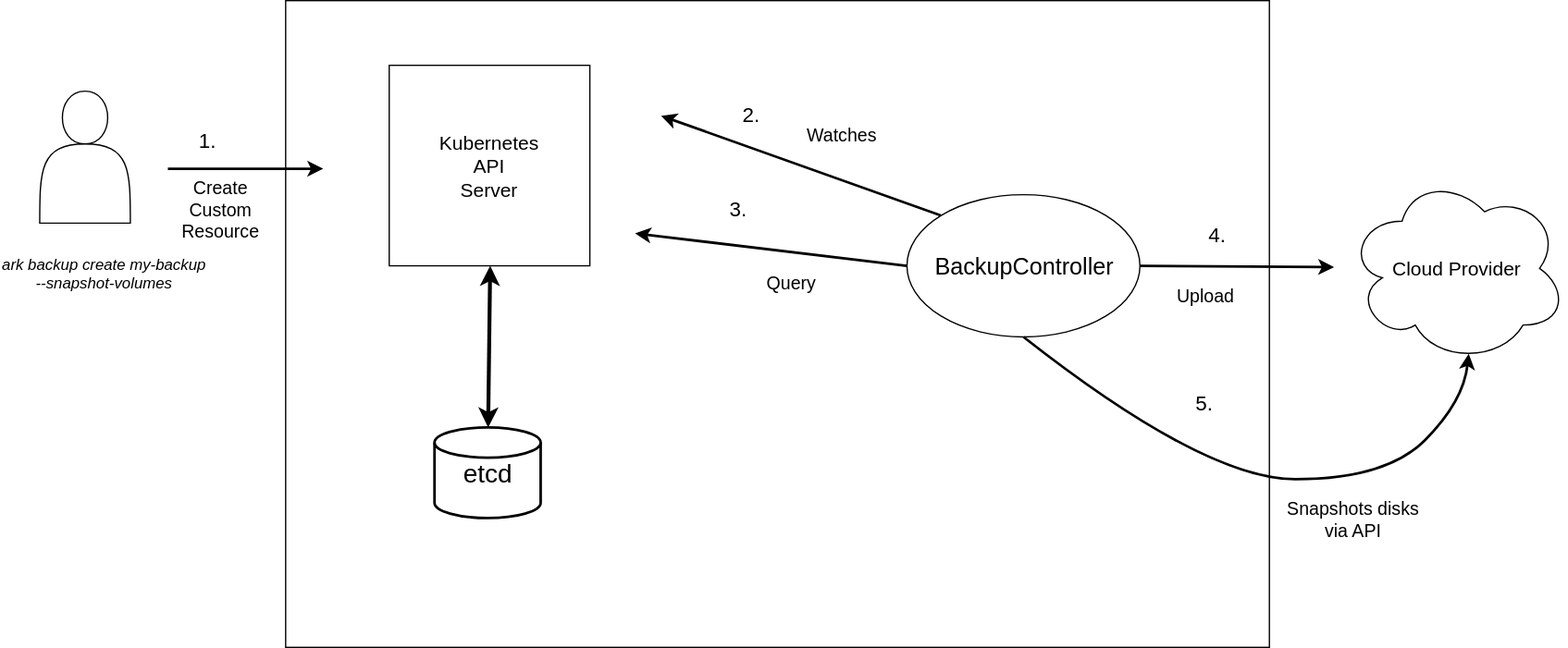
lawrence143/kubernetes-ecosystem-book keeps this draw.io diagram as img/ark.svg. Above is the earlier version. Source tidied: cells renumbered, new cells last; positions are measured from the earlier drawing's top-left corner, leaving out a move shared by most shapes. Source of this version:
```xml
<mxGraphModel background="#ffffff">
  <root>
    <mxCell id="0" />
    <mxCell id="1" parent="0" />
    <mxCell id="2" style="rounded=0;whiteSpace=wrap;html=1;" parent="1" vertex="1">
      <mxGeometry x="220" width="760" height="500" as="geometry" />
    </mxCell>
    <mxCell id="3" value="&lt;font style=&quot;font-size: 15px&quot;&gt;Kubernetes&lt;br&gt;API&lt;br&gt;Server&lt;/font&gt;&lt;br&gt;" style="whiteSpace=wrap;html=1;" parent="1" vertex="1">
      <mxGeometry x="300" y="50" width="155" height="155" as="geometry" />
    </mxCell>
    <mxCell id="4" value="&lt;font style=&quot;font-size: 20px&quot;&gt;etcd&lt;/font&gt;" style="strokeWidth=2;html=1;shape=mxgraph.flowchart.database;whiteSpace=wrap;" parent="1" vertex="1">
      <mxGeometry x="335" y="330" width="82" height="70" as="geometry" />
    </mxCell>
    <mxCell id="5" style="endArrow=classic;startArrow=classic;html=1;entryX=0.5;entryY=1;strokeWidth=3;" parent="1" edge="1" source="4" target="3">
      <mxGeometry relative="1" as="geometry" />
    </mxCell>
    <mxCell id="6" value="&lt;font style=&quot;font-size: 18px&quot;&gt;BackupController&lt;/font&gt;" style="ellipse;whiteSpace=wrap;html=1;" parent="1" vertex="1">
      <mxGeometry x="700" y="150" width="180" height="110" as="geometry" />
    </mxCell>
    <mxCell id="7" style="endArrow=classic;html=1;strokeWidth=2;exitX=0;exitY=0;" parent="1" edge="1" source="6">
      <mxGeometry relative="1" as="geometry">
        <mxPoint x="510" y="89" as="targetPoint" />
      </mxGeometry>
    </mxCell>
    <mxCell id="8" style="endArrow=classic;html=1;strokeWidth=2;exitX=0;exitY=0.5;" parent="1" edge="1" source="6">
      <mxGeometry relative="1" as="geometry">
        <mxPoint x="490" y="180" as="targetPoint" />
      </mxGeometry>
    </mxCell>
    <mxCell id="9" value="&lt;font style=&quot;font-size: 15px&quot;&gt;Cloud Provider&lt;/font&gt;" style="ellipse;shape=cloud;whiteSpace=wrap;html=1;" parent="1" vertex="1">
      <mxGeometry x="1040" y="134" width="170" height="146" as="geometry" />
    </mxCell>
    <mxCell id="10" style="endArrow=classic;html=1;strokeWidth=2;exitX=1;exitY=0.5;" parent="1" edge="1" source="6">
      <mxGeometry relative="1" as="geometry">
        <mxPoint x="1030" y="206" as="targetPoint" />
      </mxGeometry>
    </mxCell>
    <mxCell id="11" style="curved=1;endArrow=classic;html=1;strokeWidth=2;exitX=0.5;exitY=1;entryX=0.55;entryY=0.95;entryPerimeter=0;" parent="1" edge="1" source="6" target="9">
      <mxGeometry relative="1" as="geometry">
        <Array as="points">
          <mxPoint x="930" y="370" />
          <mxPoint x="1070" y="370" />
          <mxPoint x="1130" y="310" />
        </Array>
      </mxGeometry>
    </mxCell>
    <mxCell id="12" style="shape=actor;whiteSpace=wrap;html=1;" parent="1" vertex="1">
      <mxGeometry x="30" y="70" width="70" height="102" as="geometry" />
    </mxCell>
    <mxCell id="13" style="endArrow=classic;html=1;strokeWidth=2;exitX=1;exitY=0.525;exitPerimeter=0;" parent="1" edge="1">
      <mxGeometry relative="1" as="geometry">
        <mxPoint x="129" y="130" as="sourcePoint" />
        <mxPoint x="249" y="130" as="targetPoint" />
        <Array as="points">
          <mxPoint x="249" y="130" />
        </Array>
      </mxGeometry>
    </mxCell>
    <mxCell id="14" value="&lt;font style=&quot;font-size: 14px&quot;&gt;Create Custom Resource&lt;/font&gt;" style="text;html=1;strokeColor=none;fillColor=none;align=center;verticalAlign=middle;whiteSpace=wrap;rounded=0;" parent="1" vertex="1">
      <mxGeometry x="130" y="140" width="80" height="40" as="geometry" />
    </mxCell>
    <mxCell id="15" value="&lt;font style=&quot;font-size: 16px&quot;&gt;1.&lt;/font&gt;" style="text;html=1;strokeColor=none;fillColor=none;align=center;verticalAlign=middle;whiteSpace=wrap;rounded=0;" parent="1" vertex="1">
      <mxGeometry x="140" y="97.5" width="40" height="20" as="geometry" />
    </mxCell>
    <mxCell id="16" value="&lt;font style=&quot;font-size: 16px&quot;&gt;2.&lt;/font&gt;" style="text;html=1;strokeColor=none;fillColor=none;align=center;verticalAlign=middle;whiteSpace=wrap;rounded=0;" parent="1" vertex="1">
      <mxGeometry x="560" y="77.5" width="40" height="20" as="geometry" />
    </mxCell>
    <mxCell id="17" value="&lt;font style=&quot;font-size: 16px&quot;&gt;3.&lt;/font&gt;" style="text;html=1;strokeColor=none;fillColor=none;align=center;verticalAlign=middle;whiteSpace=wrap;rounded=0;" parent="1" vertex="1">
      <mxGeometry x="550" y="150" width="40" height="20" as="geometry" />
    </mxCell>
    <mxCell id="18" value="&lt;font style=&quot;font-size: 16px&quot;&gt;4.&lt;/font&gt;" style="text;html=1;strokeColor=none;fillColor=none;align=center;verticalAlign=middle;whiteSpace=wrap;rounded=0;" parent="1" vertex="1">
      <mxGeometry x="920" y="170" width="40" height="20" as="geometry" />
    </mxCell>
    <mxCell id="19" value="&lt;font style=&quot;font-size: 16px&quot;&gt;5.&lt;/font&gt;" style="text;html=1;strokeColor=none;fillColor=none;align=center;verticalAlign=middle;whiteSpace=wrap;rounded=0;" parent="1" vertex="1">
      <mxGeometry x="910" y="300" width="40" height="20" as="geometry" />
    </mxCell>
    <mxCell id="20" value="&lt;font style=&quot;font-size: 14px&quot;&gt;Query&lt;/font&gt;" style="text;html=1;strokeColor=none;fillColor=none;align=center;verticalAlign=middle;whiteSpace=wrap;rounded=0;" parent="1" vertex="1">
      <mxGeometry x="570" y="205" width="80" height="25" as="geometry" />
    </mxCell>
    <mxCell id="21" value="&lt;font style=&quot;font-size: 14px&quot;&gt;Upload&lt;/font&gt;" style="text;html=1;strokeColor=none;fillColor=none;align=center;verticalAlign=middle;whiteSpace=wrap;rounded=0;" parent="1" vertex="1">
      <mxGeometry x="890" y="215" width="80" height="25" as="geometry" />
    </mxCell>
    <mxCell id="22" value="&lt;font style=&quot;font-size: 14px&quot;&gt;Snapshots disks via API&lt;/font&gt;" style="text;html=1;strokeColor=none;fillColor=none;align=center;verticalAlign=middle;whiteSpace=wrap;rounded=0;" parent="1" vertex="1">
      <mxGeometry x="990" y="375" width="110" height="50" as="geometry" />
    </mxCell>
    <mxCell id="23" value="&lt;font size=&quot;1&quot;&gt;&lt;i style=&quot;font-size: 12px&quot;&gt;ark backup create my-backup --snapshot-volumes&lt;/i&gt;&lt;/font&gt;" style="text;html=1;strokeColor=none;fillColor=none;align=center;verticalAlign=middle;whiteSpace=wrap;rounded=0;" parent="1" vertex="1">
      <mxGeometry y="190" width="160" height="50" as="geometry" />
    </mxCell>
    <mxCell id="24" value="&lt;font style=&quot;font-size: 14px&quot;&gt;Watches&lt;/font&gt;" style="text;html=1;strokeColor=none;fillColor=none;align=center;verticalAlign=middle;whiteSpace=wrap;rounded=0;" parent="1" vertex="1">
      <mxGeometry x="610" y="90" width="80" height="25" as="geometry" />
    </mxCell>
  </root>
</mxGraphModel>
```
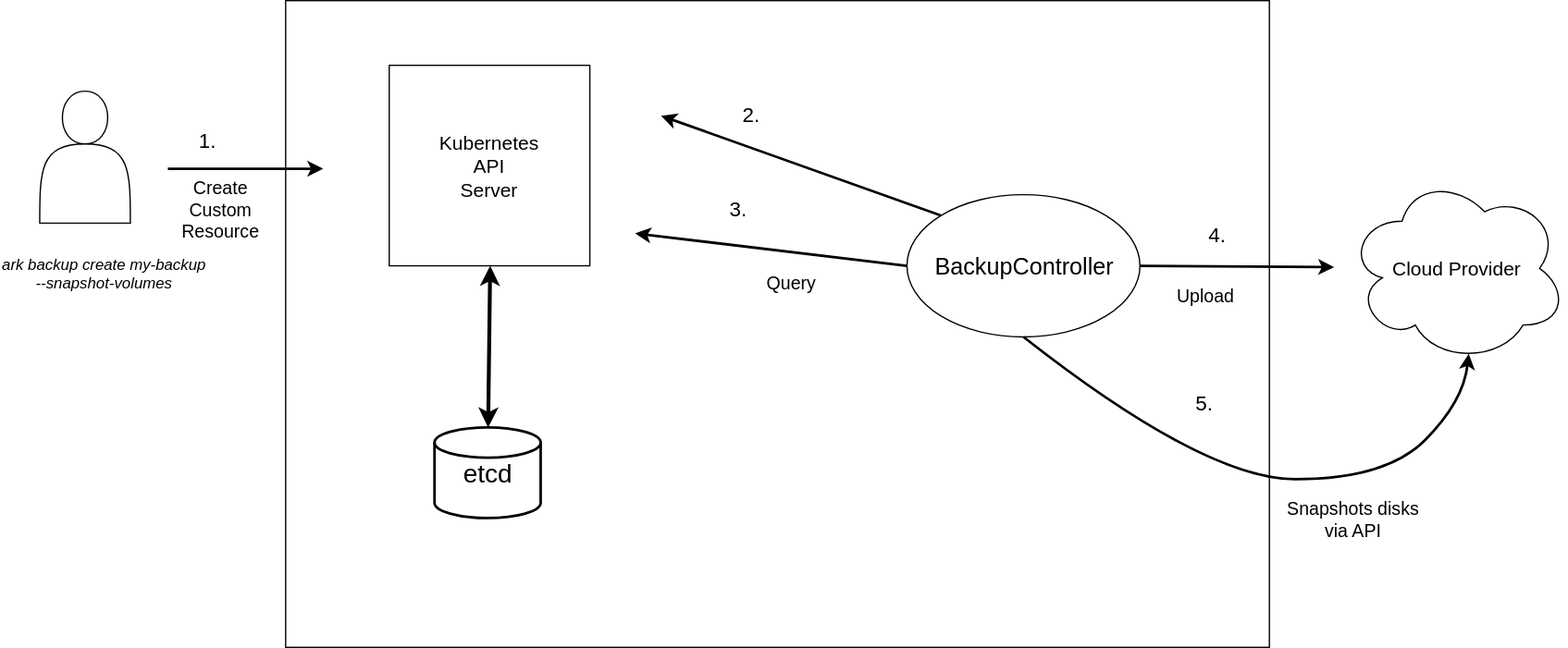
After the change.

Commit message:
Adding ark arch

What changed in the source:
```diff
@@ -86,8 +86,5 @@
     <mxCell id="23" value="&lt;font size=&quot;1&quot;&gt;&lt;i style=&quot;font-size: 12px&quot;&gt;ark backup create my-backup --snapshot-volumes&lt;/i&gt;&lt;/font&gt;" style="text;html=1;strokeColor=none;fillColor=none;align=center;verticalAlign=middle;whiteSpace=wrap;rounded=0;" parent="1" vertex="1">
       <mxGeometry y="190" width="160" height="50" as="geometry" />
     </mxCell>
-    <mxCell id="24" value="&lt;font style=&quot;font-size: 14px&quot;&gt;Watches&lt;/font&gt;" style="text;html=1;strokeColor=none;fillColor=none;align=center;verticalAlign=middle;whiteSpace=wrap;rounded=0;" parent="1" vertex="1">
-      <mxGeometry x="610" y="90" width="80" height="25" as="geometry" />
-    </mxCell>
   </root>
 </mxGraphModel>
```
